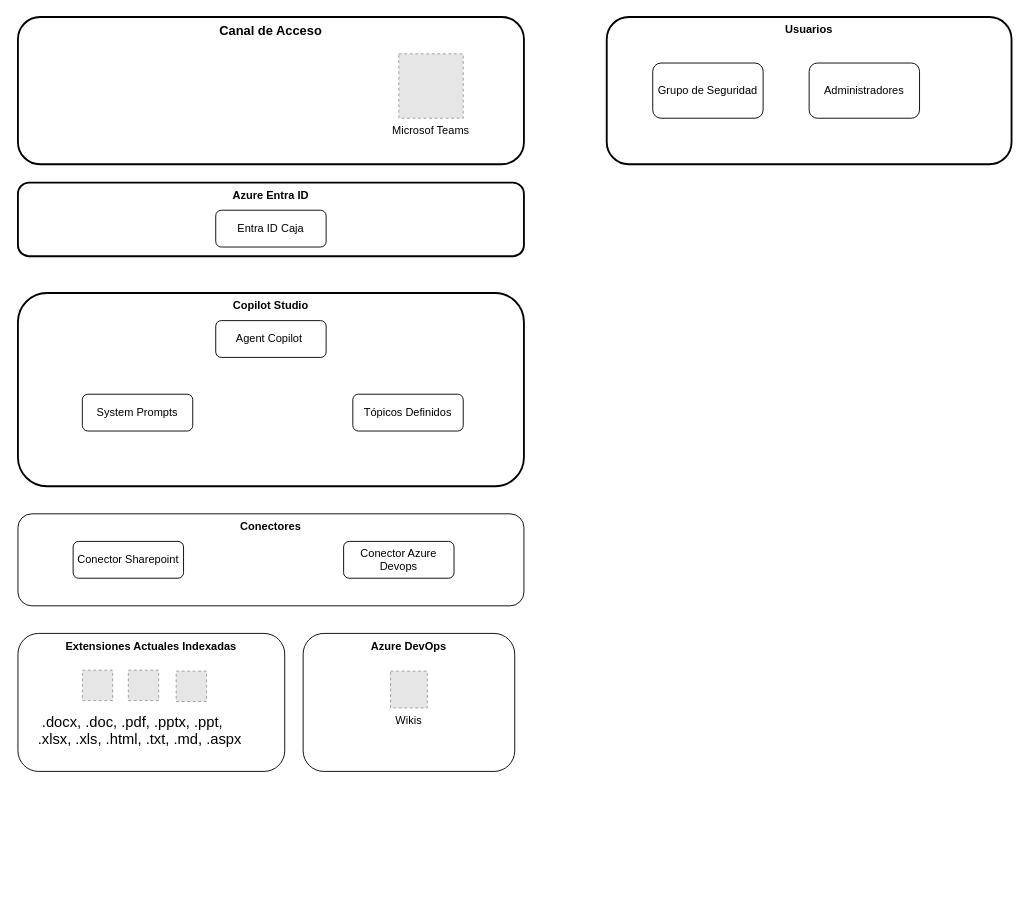
Above: page "Page-6" (5 of 5) of Proyecto Gestión Conocimiento.drawio in carlosvalderrama1204/diagrams (draw.io), before the change. Source tidied: cells renumbered, new cells numbered last; positions are measured from the earlier drawing's top-left corner, leaving out a move shared by most shapes. Both pictures are drawn from the tidied source at 92%, with x=0, y=0 at pixel (17, 17). Pictures stored in the file or linked from it are replaced by grey dashed boxes.
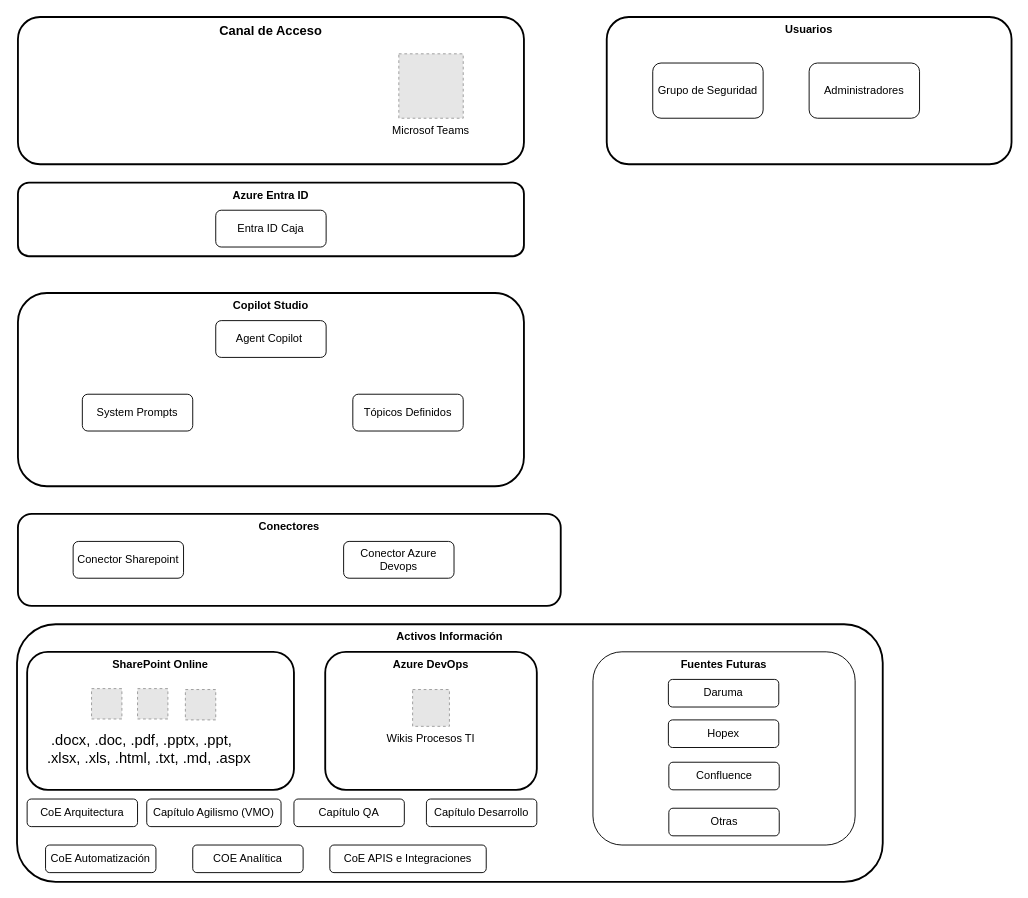
Above is the later version.

Change to the diagram source:
```diff
@@
+    <mxCell id="23" value="Activos Información" style="rounded=1;whiteSpace=wrap;html=1;strokeWidth=2;fontStyle=1;verticalAlign=top;" parent="1" vertex="1">
+      <mxGeometry x="-1" y="660" width="941" height="280" as="geometry" />
+    </mxCell>
@@
-    <mxCell id="13" value="Conectores" style="rounded=1;whiteSpace=wrap;html=1;verticalAlign=top;fontStyle=1;" parent="1" vertex="1">
-      <mxGeometry y="540" width="550" height="100" as="geometry" />
+    <mxCell id="13" value="Conectores" style="rounded=1;whiteSpace=wrap;html=1;verticalAlign=top;fontStyle=1;strokeWidth=2;" parent="1" vertex="1">
+      <mxGeometry y="540" width="590" height="100" as="geometry" />
     </mxCell>
@@
-    <mxCell id="16" value="&lt;b&gt;Extensiones Actuales Indexadas&lt;/b&gt;" style="rounded=1;whiteSpace=wrap;html=1;verticalAlign=top;" parent="1" vertex="1">
-      <mxGeometry y="670" width="290" height="150" as="geometry" />
+    <mxCell id="16" value="&lt;b&gt;SharePoint Online&lt;/b&gt;" style="rounded=1;whiteSpace=wrap;html=1;verticalAlign=top;strokeWidth=2;" parent="1" vertex="1">
+      <mxGeometry x="10" y="690" width="290" height="150" as="geometry" />
     </mxCell>
     <mxCell id="17" value="&lt;span style=&quot;font-size:12.0pt;font-family:&amp;quot;Aptos&amp;quot;,sans-serif;&#10;mso-fareast-font-family:&amp;quot;Times New Roman&amp;quot;;mso-bidi-font-family:Aptos;&#10;color:black;mso-ansi-language:ES-CO;mso-fareast-language:ES-CO;mso-bidi-language:&#10;AR-SA&quot;&gt;&lt;span style=&quot;mso-spacerun:yes&quot;&gt;&amp;nbsp;&lt;/span&gt;.docx, .doc, .pdf, .pptx, .ppt,&#10;.xlsx, .xls, .html, .txt, .md, .aspx&lt;/span&gt;" style="text;whiteSpace=wrap;html=1;" parent="1" vertex="1">
-      <mxGeometry x="20" y="750" width="250" height="60" as="geometry" />
+      <mxGeometry x="30" y="770" width="250" height="60" as="geometry" />
     </mxCell>
-    <mxCell id="18" value="&lt;b&gt;Azure DevOps&lt;/b&gt;" style="rounded=1;whiteSpace=wrap;html=1;verticalAlign=top;" parent="1" vertex="1">
-      <mxGeometry x="310" y="670" width="230" height="150" as="geometry" />
+    <mxCell id="18" value="&lt;b&gt;Azure DevOps&lt;/b&gt;" style="rounded=1;whiteSpace=wrap;html=1;verticalAlign=top;strokeWidth=2;" parent="1" vertex="1">
+      <mxGeometry x="334" y="690" width="230" height="150" as="geometry" />
     </mxCell>
     <mxCell id="19" style="fillColor=#E6E6E6;strokeColor=#999999;dashed=1;verticalLabelPosition=bottom;labelBackgroundColor=default;verticalAlign=top;" parent="1" vertex="1">
-      <mxGeometry x="70" y="710" width="33" height="33" as="geometry" />
+      <mxGeometry x="80" y="730" width="33" height="33" as="geometry" />
     </mxCell>
     <mxCell id="20" style="fillColor=#E6E6E6;strokeColor=#999999;dashed=1;verticalLabelPosition=bottom;labelBackgroundColor=default;verticalAlign=top;" parent="1" vertex="1">
-      <mxGeometry x="120" y="710" width="33" height="33" as="geometry" />
+      <mxGeometry x="130" y="730" width="33" height="33" as="geometry" />
     </mxCell>
     <mxCell id="21" style="fillColor=#E6E6E6;strokeColor=#999999;dashed=1;verticalLabelPosition=bottom;labelBackgroundColor=default;verticalAlign=top;" parent="1" vertex="1">
-      <mxGeometry x="172" y="711" width="33" height="33" as="geometry" />
+      <mxGeometry x="182" y="731" width="33" height="33" as="geometry" />
     </mxCell>
-    <mxCell id="22" value="Wikis" style="fillColor=#E6E6E6;strokeColor=#999999;dashed=1;verticalLabelPosition=bottom;labelBackgroundColor=default;verticalAlign=top;" parent="1" vertex="1">
-      <mxGeometry x="405" y="711" width="40" height="40" as="geometry" />
+    <mxCell id="22" value="Wikis Procesos TI" style="fillColor=#E6E6E6;strokeColor=#999999;dashed=1;verticalLabelPosition=bottom;labelBackgroundColor=default;verticalAlign=top;" parent="1" vertex="1">
+      <mxGeometry x="429" y="731" width="40" height="40" as="geometry" />
     </mxCell>
+    <mxCell id="24" value="CoE Arquitectura" style="rounded=1;whiteSpace=wrap;html=1;" parent="1" vertex="1">
+      <mxGeometry x="10" y="850" width="120" height="30" as="geometry" />
+    </mxCell>
+    <mxCell id="25" value="Capítulo Desarrollo" style="rounded=1;whiteSpace=wrap;html=1;" parent="1" vertex="1">
+      <mxGeometry x="444" y="850" width="120" height="30" as="geometry" />
+    </mxCell>
+    <mxCell id="26" value="Capítulo Agilismo (VMO)" style="rounded=1;whiteSpace=wrap;html=1;" parent="1" vertex="1">
+      <mxGeometry x="140" y="850" width="146" height="30" as="geometry" />
+    </mxCell>
+    <mxCell id="27" value="COE Analítica" style="rounded=1;whiteSpace=wrap;html=1;" parent="1" vertex="1">
+      <mxGeometry x="190" y="900" width="120" height="30" as="geometry" />
+    </mxCell>
+    <mxCell id="28" value="CoE Automatización" style="rounded=1;whiteSpace=wrap;html=1;" parent="1" vertex="1">
+      <mxGeometry x="30" y="900" width="120" height="30" as="geometry" />
+    </mxCell>
+    <mxCell id="29" value="CoE APIS e Integraciones" style="rounded=1;whiteSpace=wrap;html=1;" parent="1" vertex="1">
+      <mxGeometry x="339" y="900" width="170" height="30" as="geometry" />
+    </mxCell>
+    <mxCell id="30" value="Capítulo QA" style="rounded=1;whiteSpace=wrap;html=1;" parent="1" vertex="1">
+      <mxGeometry x="300" y="850" width="120" height="30" as="geometry" />
+    </mxCell>
+    <mxCell id="31" style="edgeStyle=orthogonalEdgeStyle;rounded=0;orthogonalLoop=1;jettySize=auto;html=1;exitX=0.5;exitY=1;exitDx=0;exitDy=0;" parent="1" edge="1" source="30" target="30">
+      <mxGeometry relative="1" as="geometry" />
+    </mxCell>
+    <mxCell id="32" value="Fuentes Futuras" style="rounded=1;whiteSpace=wrap;html=1;verticalAlign=top;fontStyle=1;" parent="1" vertex="1">
+      <mxGeometry x="625" y="690" width="285" height="210" as="geometry" />
+    </mxCell>
+    <mxCell id="33" value="Daruma" style="rounded=1;whiteSpace=wrap;html=1;" parent="1" vertex="1">
+      <mxGeometry x="707" y="720" width="120" height="30" as="geometry" />
+    </mxCell>
+    <mxCell id="34" value="Hopex" style="rounded=1;whiteSpace=wrap;html=1;" parent="1" vertex="1">
+      <mxGeometry x="707" y="764" width="120" height="30" as="geometry" />
+    </mxCell>
+    <mxCell id="35" value="Confluence" style="rounded=1;whiteSpace=wrap;html=1;" parent="1" vertex="1">
+      <mxGeometry x="707.5" y="810" width="120" height="30" as="geometry" />
+    </mxCell>
+    <mxCell id="36" value="Otras" style="rounded=1;whiteSpace=wrap;html=1;" parent="1" vertex="1">
+      <mxGeometry x="707.5" y="860" width="120" height="30" as="geometry" />
+    </mxCell>
```
